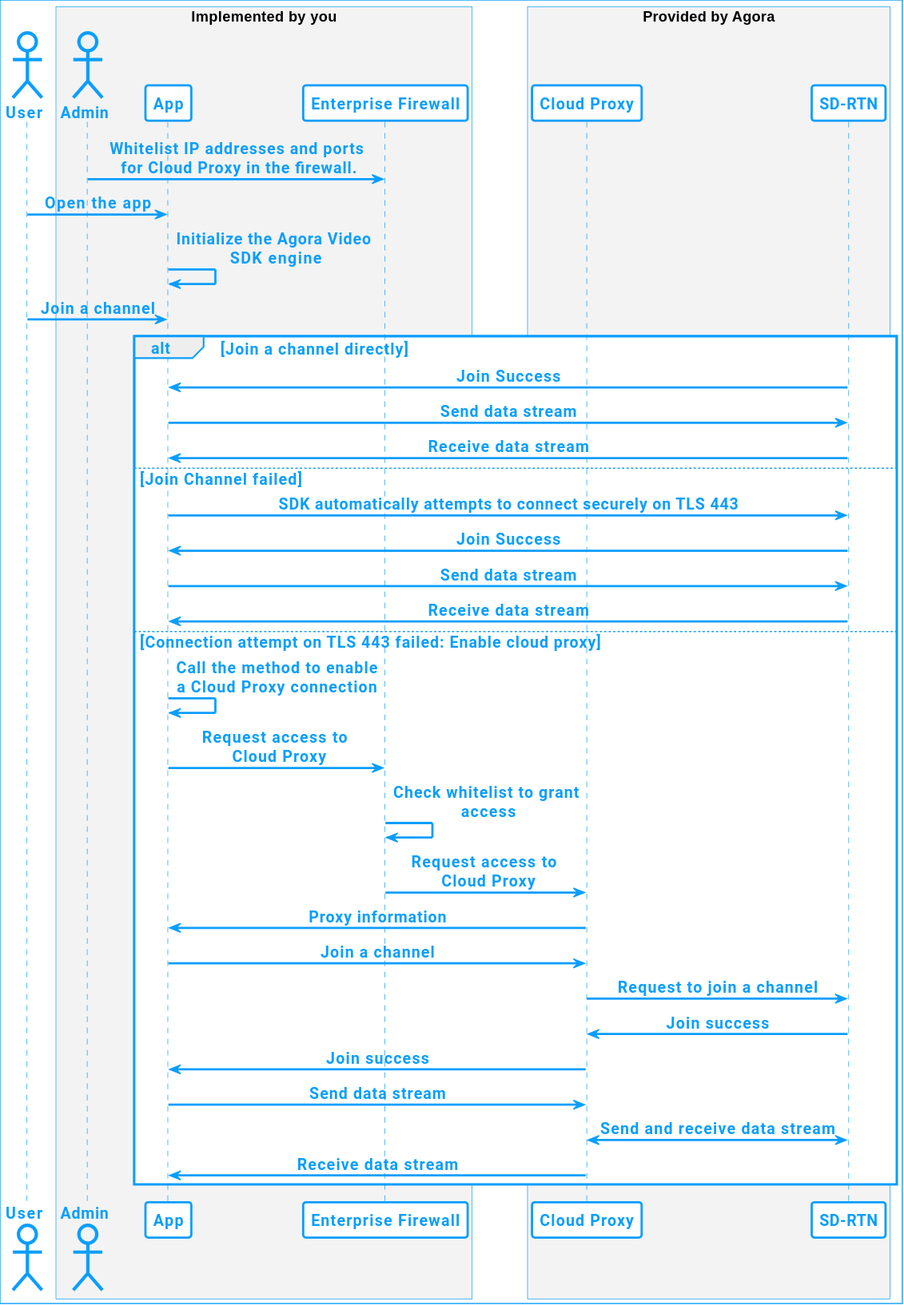
Earlier version of the PlantUML export assets/images/video-sdk/cloud-proxy.svg (AgoraIO/Docs-Source). Its diagram source:
```plantuml
@startuml
!include agora_skin.iuml

actor "User" as USR

box "Implemented by you"
actor "Admin" as ADMIN
participant "App" as APP
participant "Enterprise Firewall" as FIREWALL
end box

box "Provided by Agora"
participant "Cloud Proxy" as PROXY
participant "SD-RTN" as API
end box

ADMIN -> FIREWALL: Whitelist IP addresses and ports\n for Cloud Proxy in the firewall.

USR -> APP: Open the app
APP -> APP: Initialize the Agora Video\n SDK engine

USR -> APP: Join a channel

alt Join a channel directly
    API -> APP: Join Success
    APP -> API: Send data stream
    API -> APP: Receive data stream
else Join Channel failed
    APP -> API: SDK automatically attempts to connect securely on TLS 443
    API -> APP: Join Success
    APP -> API: Send data stream
    API -> APP: Receive data stream
else Connection attempt on TLS 443 failed: Enable cloud proxy
    APP -> APP: Call the method to enable\na Cloud Proxy connection
    APP -> FIREWALL: Request access to \n Cloud Proxy
    FIREWALL-> FIREWALL : Check whitelist to grant\n access
    FIREWALL -> PROXY: Request access to \n Cloud Proxy
    PROXY -> APP: Proxy information
    APP -> PROXY: Join a channel
    PROXY -> API: Request to join a channel
    API -> PROXY: Join success
    PROXY -> APP: Join success
    APP -> PROXY: Send data stream
    PROXY <-> API: Send and receive data stream
    PROXY -> APP: Receive data stream
end
@enduml
```
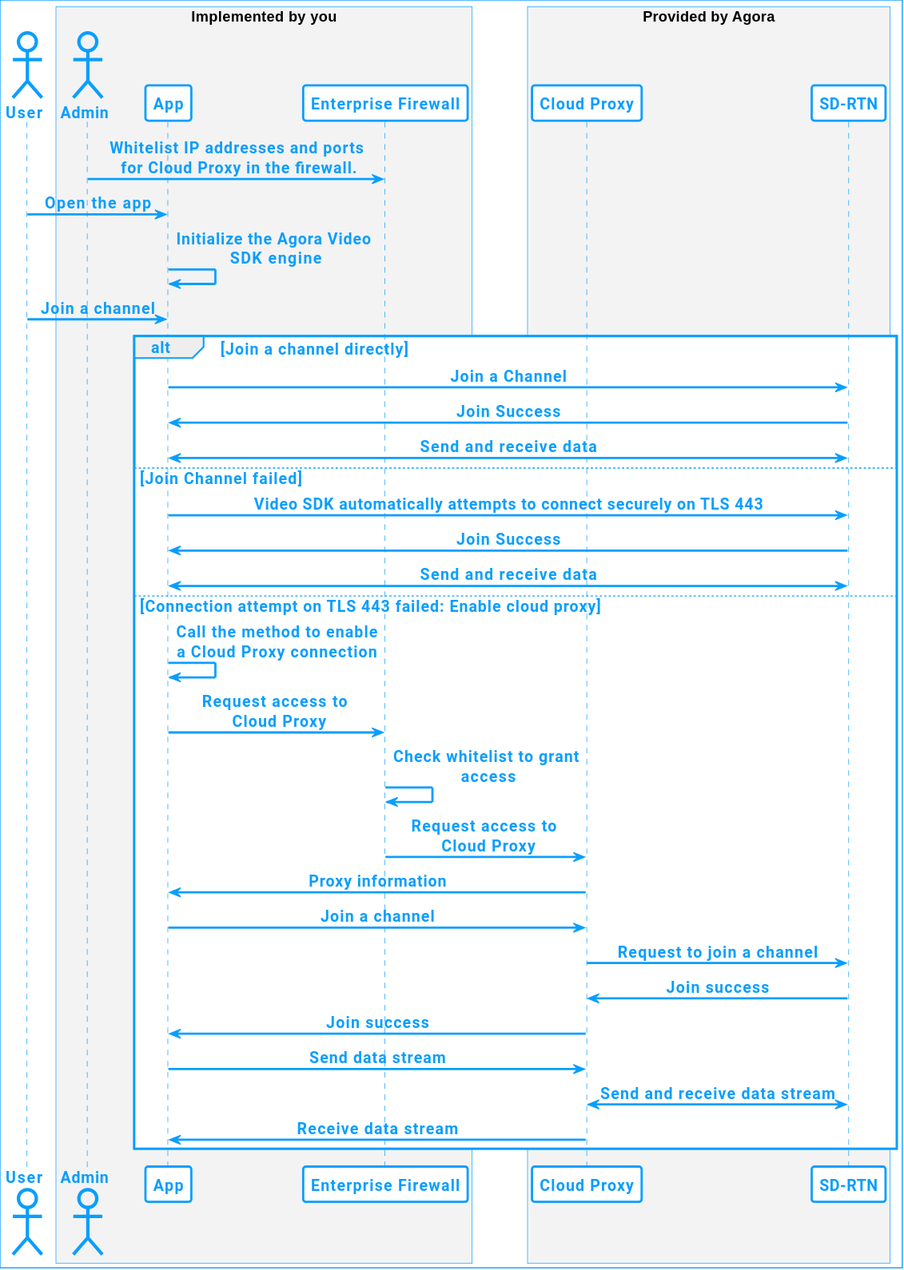
After the commit.

Change to the diagram source:
```diff
@@ -22,14 +22,13 @@
 USR -> APP: Join a channel
 
 alt Join a channel directly
+    APP -> API: Join a Channel
     API -> APP: Join Success
-    APP -> API: Send data stream
-    API -> APP: Receive data stream
+    APP <-> API: Send and receive data
 else Join Channel failed
-    APP -> API: SDK automatically attempts to connect securely on TLS 443
+    APP -> API: Video SDK automatically attempts to connect securely on TLS 443
     API -> APP: Join Success
-    APP -> API: Send data stream
-    API -> APP: Receive data stream
+    APP <-> API: Send and receive data
 else Connection attempt on TLS 443 failed: Enable cloud proxy
     APP -> APP: Call the method to enable\na Cloud Proxy connection
     APP -> FIREWALL: Request access to \n Cloud Proxy
```
